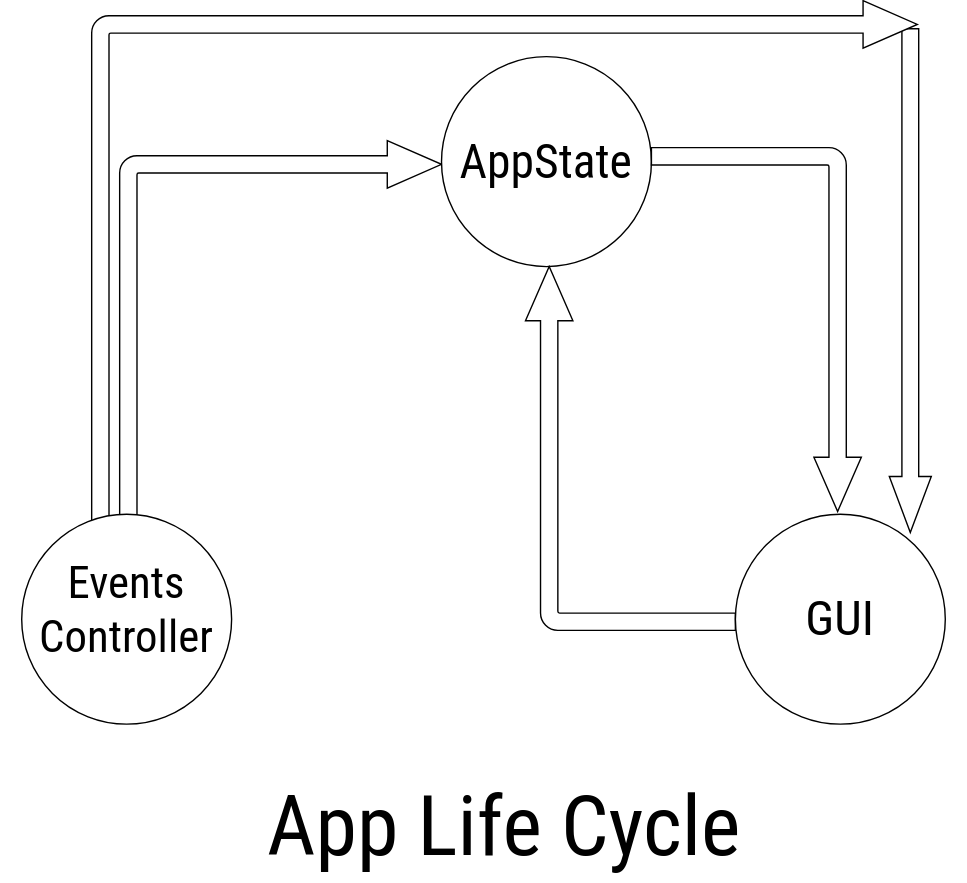
Earlier version of the draw.io export 1 year - File manager/file-manager/app-scheme.svg (user-of-github/BSUIR_course-projects). Source tidied: cells renumbered, new cells last; positions are measured from the earlier drawing's top-left corner, leaving out a move shared by most shapes. The source it was exported from:
```xml
<mxGraphModel>
  <root>
    <mxCell id="0" />
    <mxCell id="1" parent="0" />
    <mxCell id="2" style="html=1;shadow=0;dashed=0;align=center;verticalAlign=middle;shape=mxgraph.arrows2.bendArrow;dy=6.19;dx=38.76;notch=0;arrowHead=33.89;rounded=1;" parent="1" vertex="1">
      <mxGeometry x="85" y="100" width="230" height="270" as="geometry" />
    </mxCell>
    <mxCell id="3" style="verticalLabelPosition=bottom;verticalAlign=top;html=1;shape=mxgraph.flowchart.on-page_reference;" parent="1" vertex="1">
      <mxGeometry x="315" y="40" width="150" height="150" as="geometry" />
    </mxCell>
    <mxCell id="4" style="html=1;shadow=0;dashed=0;align=center;verticalAlign=middle;shape=mxgraph.arrows2.bendArrow;dy=6.19;dx=38.76;notch=0;arrowHead=33.89;rounded=1;rotation=90;" parent="1" vertex="1">
      <mxGeometry x="410" y="160" width="260" height="150" as="geometry" />
    </mxCell>
    <mxCell id="5" style="html=1;shadow=0;dashed=0;align=center;verticalAlign=middle;shape=mxgraph.arrows2.bendArrow;dy=6.19;dx=38.76;notch=0;arrowHead=33.89;rounded=1;rotation=-90;" parent="1" vertex="1">
      <mxGeometry x="320" y="245" width="260" height="150" as="geometry" />
    </mxCell>
    <mxCell id="6" value="&lt;font style=&quot;font-size: 34px&quot;&gt;AppState&lt;/font&gt;" style="text;html=1;strokeColor=none;fillColor=none;align=center;verticalAlign=middle;whiteSpace=wrap;rounded=0;fontStyle=0;fontFamily=Roboto Condensed;" parent="1" vertex="1">
      <mxGeometry x="300" y="85" width="180" height="60" as="geometry" />
    </mxCell>
    <mxCell id="7" style="verticalLabelPosition=bottom;verticalAlign=top;html=1;shape=mxgraph.flowchart.on-page_reference;" parent="1" vertex="1">
      <mxGeometry x="525" y="367" width="150" height="150" as="geometry" />
    </mxCell>
    <mxCell id="8" value="&lt;font style=&quot;font-size: 35px&quot;&gt;GUI&lt;/font&gt;" style="text;html=1;strokeColor=none;fillColor=none;align=center;verticalAlign=middle;whiteSpace=wrap;rounded=0;fontStyle=0;fontFamily=Roboto Condensed;" parent="1" vertex="1">
      <mxGeometry x="510" y="412" width="180" height="60" as="geometry" />
    </mxCell>
    <mxCell id="9" style="html=1;shadow=0;dashed=0;align=center;verticalAlign=middle;shape=mxgraph.arrows2.arrow;dy=0.6;dx=40;direction=south;notch=0;" parent="1" vertex="1">
      <mxGeometry x="635" y="20" width="30" height="360" as="geometry" />
    </mxCell>
    <mxCell id="10" style="html=1;shadow=0;dashed=0;align=center;verticalAlign=middle;shape=mxgraph.arrows2.bendArrow;dy=6.19;dx=38.76;notch=0;arrowHead=33.89;rounded=1;" parent="1" vertex="1">
      <mxGeometry x="65" width="590" height="380" as="geometry" />
    </mxCell>
    <mxCell id="11" style="verticalLabelPosition=bottom;verticalAlign=top;html=1;shape=mxgraph.flowchart.on-page_reference;" parent="1" vertex="1">
      <mxGeometry x="15" y="367" width="150" height="150" as="geometry" />
    </mxCell>
    <mxCell id="12" value="&lt;font style=&quot;font-size: 32px;&quot;&gt;Events&lt;br style=&quot;font-size: 32px;&quot;&gt;Controller&lt;/font&gt;" style="text;html=1;strokeColor=none;fillColor=none;align=center;verticalAlign=middle;whiteSpace=wrap;rounded=0;fontStyle=0;fontFamily=Roboto Condensed;fontSize=32;" parent="1" vertex="1">
      <mxGeometry y="405" width="180" height="60" as="geometry" />
    </mxCell>
    <mxCell id="13" value="App Life Cycle" style="text;html=1;strokeColor=none;fillColor=none;align=center;verticalAlign=middle;whiteSpace=wrap;rounded=0;fontFamily=Roboto Condensed;fontSize=60;" parent="1" vertex="1">
      <mxGeometry x="140" y="550" width="440" height="80" as="geometry" />
    </mxCell>
  </root>
</mxGraphModel>
```
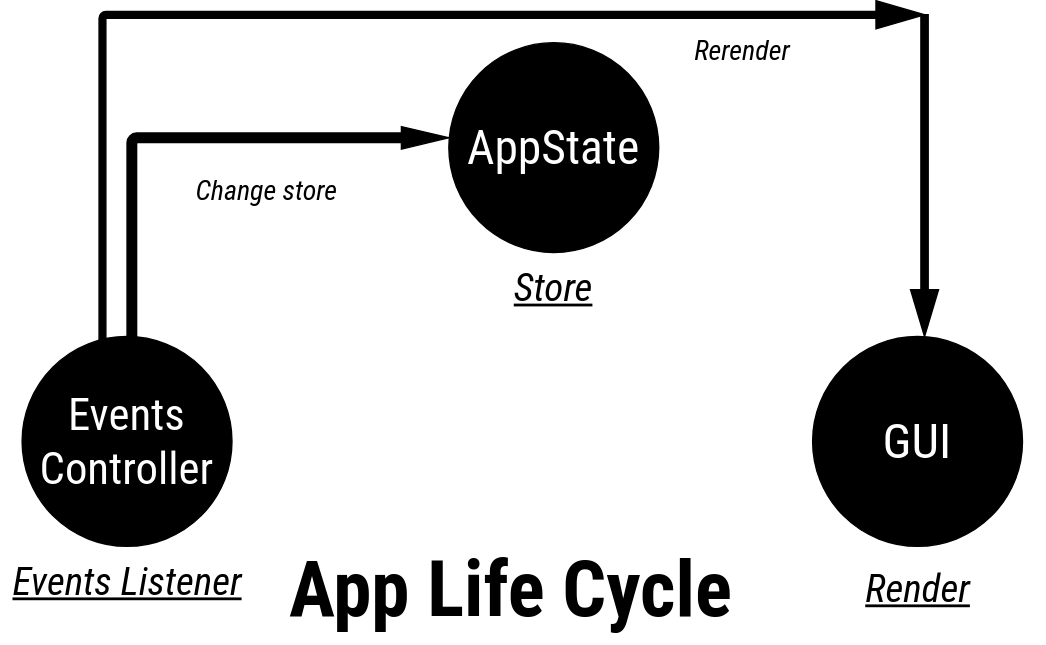
After the change.

Change to the diagram source:
```diff
@@ -2,41 +2,50 @@
   <root>
     <mxCell id="0" />
     <mxCell id="1" parent="0" />
-    <mxCell id="2" style="html=1;shadow=0;dashed=0;align=center;verticalAlign=middle;shape=mxgraph.arrows2.bendArrow;dy=6.19;dx=38.76;notch=0;arrowHead=33.89;rounded=1;" parent="1" vertex="1">
-      <mxGeometry x="85" y="100" width="230" height="270" as="geometry" />
+    <mxCell id="2" style="html=1;shadow=0;dashed=0;align=center;verticalAlign=middle;shape=mxgraph.arrows2.bendArrow;dy=3.42;dx=33.9;notch=0;arrowHead=16.05;rounded=1;fillColor=#000000;" parent="1" vertex="1">
+      <mxGeometry x="85" y="100" width="230" height="160" as="geometry" />
     </mxCell>
-    <mxCell id="3" style="verticalLabelPosition=bottom;verticalAlign=top;html=1;shape=mxgraph.flowchart.on-page_reference;" parent="1" vertex="1">
+    <mxCell id="3" style="verticalLabelPosition=bottom;verticalAlign=top;html=1;shape=mxgraph.flowchart.on-page_reference;labelBackgroundColor=#000000;fillColor=#000000;" parent="1" vertex="1">
       <mxGeometry x="315" y="40" width="150" height="150" as="geometry" />
     </mxCell>
-    <mxCell id="4" style="html=1;shadow=0;dashed=0;align=center;verticalAlign=middle;shape=mxgraph.arrows2.bendArrow;dy=6.19;dx=38.76;notch=0;arrowHead=33.89;rounded=1;rotation=90;" parent="1" vertex="1">
-      <mxGeometry x="410" y="160" width="260" height="150" as="geometry" />
-    </mxCell>
-    <mxCell id="5" style="html=1;shadow=0;dashed=0;align=center;verticalAlign=middle;shape=mxgraph.arrows2.bendArrow;dy=6.19;dx=38.76;notch=0;arrowHead=33.89;rounded=1;rotation=-90;" parent="1" vertex="1">
-      <mxGeometry x="320" y="245" width="260" height="150" as="geometry" />
-    </mxCell>
-    <mxCell id="6" value="&lt;font style=&quot;font-size: 34px&quot;&gt;AppState&lt;/font&gt;" style="text;html=1;strokeColor=none;fillColor=none;align=center;verticalAlign=middle;whiteSpace=wrap;rounded=0;fontStyle=0;fontFamily=Roboto Condensed;" parent="1" vertex="1">
+    <mxCell id="6" value="&lt;font style=&quot;font-size: 34px&quot;&gt;AppState&lt;/font&gt;" style="text;html=1;strokeColor=none;fillColor=none;align=center;verticalAlign=middle;whiteSpace=wrap;rounded=0;fontStyle=0;fontFamily=Roboto Condensed;fontColor=#FFFFFF;" parent="1" vertex="1">
       <mxGeometry x="300" y="85" width="180" height="60" as="geometry" />
     </mxCell>
-    <mxCell id="7" style="verticalLabelPosition=bottom;verticalAlign=top;html=1;shape=mxgraph.flowchart.on-page_reference;" parent="1" vertex="1">
-      <mxGeometry x="525" y="367" width="150" height="150" as="geometry" />
+    <mxCell id="7" style="verticalLabelPosition=bottom;verticalAlign=top;html=1;shape=mxgraph.flowchart.on-page_reference;labelBackgroundColor=#000000;fillColor=#000000;" parent="1" vertex="1">
+      <mxGeometry x="575" y="250" width="150" height="150" as="geometry" />
     </mxCell>
-    <mxCell id="8" value="&lt;font style=&quot;font-size: 35px&quot;&gt;GUI&lt;/font&gt;" style="text;html=1;strokeColor=none;fillColor=none;align=center;verticalAlign=middle;whiteSpace=wrap;rounded=0;fontStyle=0;fontFamily=Roboto Condensed;" parent="1" vertex="1">
-      <mxGeometry x="510" y="412" width="180" height="60" as="geometry" />
+    <mxCell id="8" value="&lt;font style=&quot;font-size: 35px&quot;&gt;GUI&lt;/font&gt;" style="text;html=1;align=center;verticalAlign=middle;whiteSpace=wrap;rounded=0;fontStyle=0;fontFamily=Roboto Condensed;labelBackgroundColor=none;fontColor=#FFFFFF;" parent="1" vertex="1">
+      <mxGeometry x="560" y="295" width="180" height="60" as="geometry" />
     </mxCell>
-    <mxCell id="9" style="html=1;shadow=0;dashed=0;align=center;verticalAlign=middle;shape=mxgraph.arrows2.arrow;dy=0.6;dx=40;direction=south;notch=0;" parent="1" vertex="1">
-      <mxGeometry x="635" y="20" width="30" height="360" as="geometry" />
+    <mxCell id="9" style="html=1;shadow=0;dashed=0;align=center;verticalAlign=middle;shape=mxgraph.arrows2.arrow;dy=0.74;dx=33.52;direction=south;notch=0;fillColor=#000000;" parent="1" vertex="1">
+      <mxGeometry x="645" y="20" width="20" height="230" as="geometry" />
     </mxCell>
-    <mxCell id="10" style="html=1;shadow=0;dashed=0;align=center;verticalAlign=middle;shape=mxgraph.arrows2.bendArrow;dy=6.19;dx=38.76;notch=0;arrowHead=33.89;rounded=1;" parent="1" vertex="1">
-      <mxGeometry x="65" width="590" height="380" as="geometry" />
+    <mxCell id="10" style="html=1;shadow=0;dashed=0;align=center;verticalAlign=middle;shape=mxgraph.arrows2.bendArrow;dy=2.43;dx=34.71;notch=0;arrowHead=20.18;rounded=1;fillColor=#000000;" parent="1" vertex="1">
+      <mxGeometry x="65" y="10" width="590" height="250" as="geometry" />
     </mxCell>
-    <mxCell id="11" style="verticalLabelPosition=bottom;verticalAlign=top;html=1;shape=mxgraph.flowchart.on-page_reference;" parent="1" vertex="1">
-      <mxGeometry x="15" y="367" width="150" height="150" as="geometry" />
+    <mxCell id="11" style="verticalLabelPosition=bottom;verticalAlign=top;html=1;shape=mxgraph.flowchart.on-page_reference;fillColor=#000000;" parent="1" vertex="1">
+      <mxGeometry x="10" y="250" width="150" height="150" as="geometry" />
     </mxCell>
-    <mxCell id="12" value="&lt;font style=&quot;font-size: 32px;&quot;&gt;Events&lt;br style=&quot;font-size: 32px;&quot;&gt;Controller&lt;/font&gt;" style="text;html=1;strokeColor=none;fillColor=none;align=center;verticalAlign=middle;whiteSpace=wrap;rounded=0;fontStyle=0;fontFamily=Roboto Condensed;fontSize=32;" parent="1" vertex="1">
-      <mxGeometry y="405" width="180" height="60" as="geometry" />
+    <mxCell id="12" value="&lt;font style=&quot;font-size: 32px;&quot;&gt;Events&lt;br style=&quot;font-size: 32px;&quot;&gt;Controller&lt;/font&gt;" style="text;html=1;strokeColor=none;fillColor=none;align=center;verticalAlign=middle;whiteSpace=wrap;rounded=0;fontStyle=0;fontFamily=Roboto Condensed;fontSize=32;fontColor=#FFFFFF;" parent="1" vertex="1">
+      <mxGeometry x="-5" y="295" width="180" height="60" as="geometry" />
     </mxCell>
-    <mxCell id="13" value="App Life Cycle" style="text;html=1;strokeColor=none;fillColor=none;align=center;verticalAlign=middle;whiteSpace=wrap;rounded=0;fontFamily=Roboto Condensed;fontSize=60;" parent="1" vertex="1">
-      <mxGeometry x="140" y="550" width="440" height="80" as="geometry" />
+    <mxCell id="13" value="&lt;font style=&quot;font-size: 55px&quot;&gt;App Life Cycle&lt;/font&gt;" style="text;html=1;strokeColor=none;fillColor=none;align=center;verticalAlign=middle;whiteSpace=wrap;rounded=0;fontFamily=Roboto Condensed;fontSize=49;fontStyle=1;fontSource=https%3A%2F%2Ffonts.googleapis.com%2Fcss%3Ffamily%3DRoboto%2BCondensed;horizontal=1;" parent="1" vertex="1">
+      <mxGeometry x="183" y="390" width="353" height="80" as="geometry" />
     </mxCell>
+    <mxCell id="14" value="&lt;font style=&quot;font-size: 28px;&quot;&gt;&lt;i style=&quot;font-size: 28px;&quot;&gt;Store&lt;/i&gt;&lt;/font&gt;" style="text;html=1;align=center;verticalAlign=middle;whiteSpace=wrap;rounded=0;fontFamily=Roboto Condensed;fontSize=28;fontStyle=4;" parent="1" vertex="1">
+      <mxGeometry x="340" y="190" width="100" height="50" as="geometry" />
+    </mxCell>
+    <mxCell id="15" value="&lt;font style=&quot;font-size: 28px;&quot;&gt;&lt;i style=&quot;font-size: 28px;&quot;&gt;Events Listener&lt;/i&gt;&lt;/font&gt;" style="text;html=1;align=center;verticalAlign=middle;whiteSpace=wrap;rounded=0;fontFamily=Roboto Condensed;fontSize=28;fontStyle=4;" parent="1" vertex="1">
+      <mxGeometry x="-1.2" y="400" width="172.5" height="50" as="geometry" />
+    </mxCell>
+    <mxCell id="16" value="&lt;font style=&quot;font-size: 28px;&quot;&gt;&lt;i style=&quot;font-size: 28px;&quot;&gt;Render&lt;/i&gt;&lt;/font&gt;" style="text;html=1;align=center;verticalAlign=middle;whiteSpace=wrap;rounded=0;fontFamily=Roboto Condensed;fontSize=28;fontStyle=4;" parent="1" vertex="1">
+      <mxGeometry x="577.5" y="410" width="145" height="40" as="geometry" />
+    </mxCell>
+    <mxCell id="17" value="&lt;font style=&quot;font-size: 20px&quot;&gt;&lt;i style=&quot;font-size: 20px&quot;&gt;Change store&lt;/i&gt;&lt;/font&gt;" style="text;html=1;align=center;verticalAlign=middle;whiteSpace=wrap;rounded=0;fontFamily=Roboto Condensed;fontSize=20;" parent="1" vertex="1">
+      <mxGeometry x="95" y="130" width="180" height="30" as="geometry" />
+    </mxCell>
+    <mxCell id="18" value="&lt;font style=&quot;font-size: 20px&quot;&gt;&lt;i style=&quot;font-size: 20px&quot;&gt;Rerender&lt;/i&gt;&lt;/font&gt;" style="text;html=1;align=center;verticalAlign=middle;whiteSpace=wrap;rounded=0;fontFamily=Roboto Condensed;fontSize=20;" parent="1" vertex="1">
+      <mxGeometry x="435" y="30" width="180" height="30" as="geometry" />
+    </mxCell>
   </root>
 </mxGraphModel>
```
